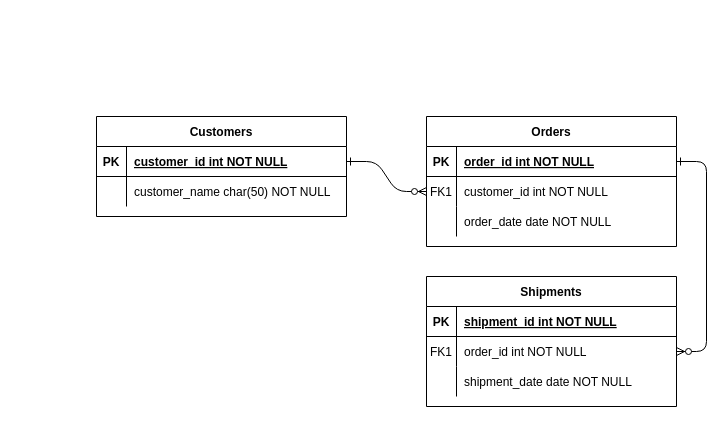
Above: Untitled Diagram.drawio in oyenet1/ERM (draw.io), before the change. Source tidied: cells renumbered, new cells numbered last; positions are measured from the earlier drawing's top-left corner, leaving out a move shared by most shapes. Both pictures are drawn from the tidied source at 100%, with x=0, y=0 at pixel (96, 116).
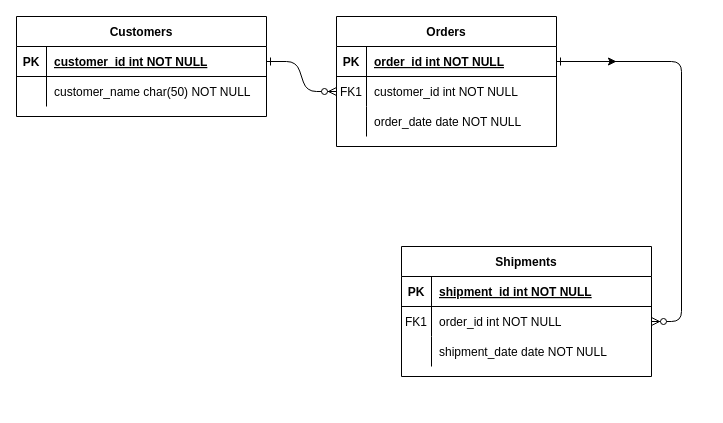
The same diagram, later.

Change to the diagram source:
```diff
@@
     <mxCell id="4" value="Orders" style="shape=table;startSize=30;childLayout=tableLayout;rowLines=0;fontStyle=1;align=center;" parent="1" vertex="1">
-      <mxGeometry x="330" width="250" height="130" as="geometry" />
+      <mxGeometry x="240" y="-100" width="220" height="130" as="geometry" />
     </mxCell>
     <mxCell id="5" style="shape=partialRectangle;fillColor=none;points=[[0,0.5],[1,0.5]];portConstraint=eastwest;top=0;left=0;right=0;bottom=1;" parent="4" vertex="1">
-      <mxGeometry y="30" width="250" height="30" as="geometry" />
+      <mxGeometry y="30" width="220" height="30" as="geometry" />
     </mxCell>
@@
     <mxCell id="7" value="order_id int NOT NULL " style="shape=partialRectangle;overflow=hidden;fillColor=none;top=0;left=0;bottom=0;right=0;align=left;spacingLeft=6;fontStyle=5;" parent="5" vertex="1">
-      <mxGeometry x="30" width="220" height="30" as="geometry" />
+      <mxGeometry x="30" width="190" height="30" as="geometry" />
     </mxCell>
     <mxCell id="8" style="shape=partialRectangle;fillColor=none;points=[[0,0.5],[1,0.5]];portConstraint=eastwest;top=0;left=0;right=0;bottom=0;" parent="4" vertex="1">
-      <mxGeometry y="60" width="250" height="30" as="geometry" />
+      <mxGeometry y="60" width="220" height="30" as="geometry" />
     </mxCell>
@@
     <mxCell id="10" value="customer_id int NOT NULL" style="shape=partialRectangle;overflow=hidden;fillColor=none;top=0;left=0;bottom=0;right=0;align=left;spacingLeft=6;" parent="8" vertex="1">
-      <mxGeometry x="30" width="220" height="30" as="geometry" />
+      <mxGeometry x="30" width="190" height="30" as="geometry" />
     </mxCell>
     <mxCell id="11" style="shape=partialRectangle;fillColor=none;top=0;left=0;right=0;bottom=0;" parent="4" vertex="1">
-      <mxGeometry y="90" width="250" height="30" as="geometry" />
+      <mxGeometry y="90" width="220" height="30" as="geometry" />
     </mxCell>
@@
     <mxCell id="13" value="order_date date NOT NULL" style="shape=partialRectangle;overflow=hidden;fillColor=none;top=0;left=0;bottom=0;right=0;align=left;spacingLeft=6;" parent="11" vertex="1">
-      <mxGeometry x="30" width="220" height="30" as="geometry" />
+      <mxGeometry x="30" width="190" height="30" as="geometry" />
     </mxCell>
     <mxCell id="14" value="Shipments" style="shape=table;startSize=30;childLayout=tableLayout;rowLines=0;fontStyle=1;align=center;" parent="1" vertex="1">
-      <mxGeometry x="330" y="160" width="250" height="130" as="geometry" />
+      <mxGeometry x="305" y="130" width="250" height="130" as="geometry" />
     </mxCell>
@@
     <mxCell id="24" value="Customers" style="shape=table;startSize=30;childLayout=tableLayout;rowLines=0;fontStyle=1;align=center;" parent="1" vertex="1">
-      <mxGeometry width="250" height="100" as="geometry" />
+      <mxGeometry x="-80" y="-100" width="250" height="100" as="geometry" />
     </mxCell>
@@
+    <mxCell id="31" style="edgeStyle=orthogonalEdgeStyle;rounded=0;jettySize=auto;html=1;" parent="1" edge="1" source="5">
+      <mxGeometry relative="1" as="geometry">
+        <mxPoint x="520" y="-55" as="targetPoint" />
+      </mxGeometry>
+    </mxCell>
```
